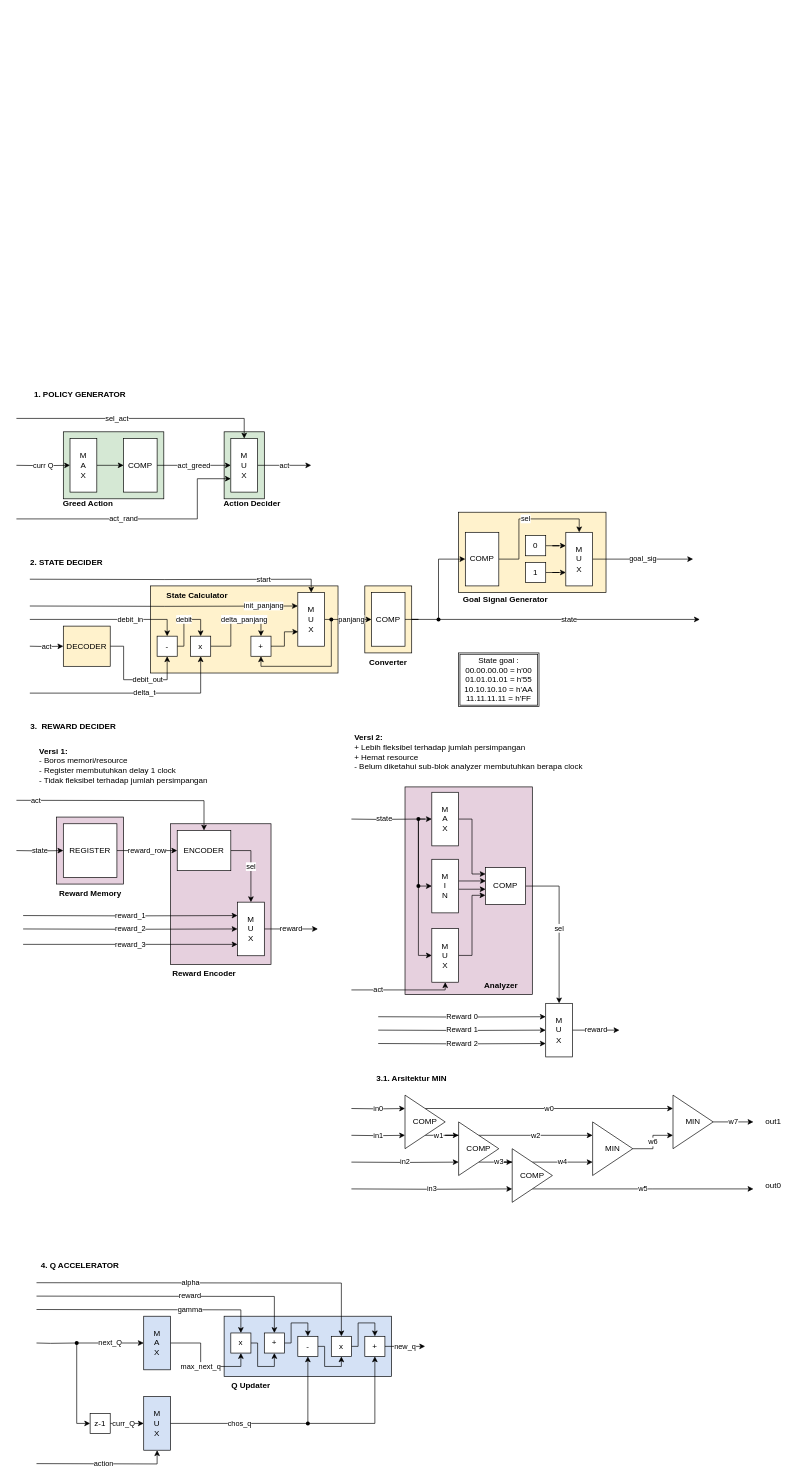
Above: page "Sub-System" (1 of 4) of intelight.drawio in zulfikarna/intelight (draw.io), before the change. Source tidied: cells renumbered, new cells numbered last; positions are measured from the earlier drawing's top-left corner, leaving out a move shared by most shapes. Both pictures are drawn from the tidied source at 67%, with x=0, y=0 at pixel (16, 385).
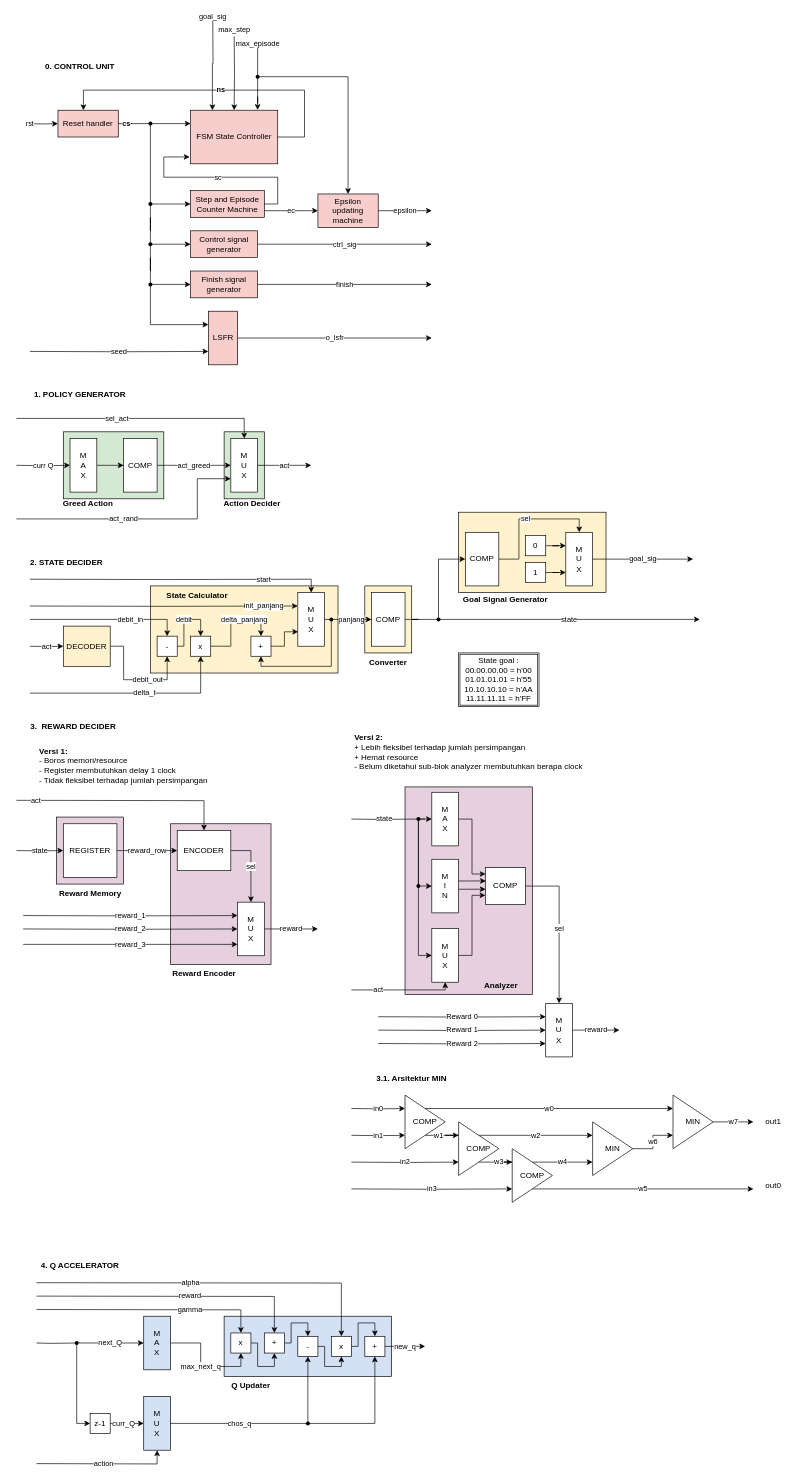
The same page after the edit.

Change to the diagram source:
```diff
@@
+    <mxCell id="148" value="0. CONTROL UNIT" style="text;html=1;strokeColor=none;fillColor=none;align=center;verticalAlign=middle;whiteSpace=wrap;rounded=0;fontStyle=1;" parent="1" vertex="1">
+      <mxGeometry x="20" y="-490" width="150" height="30" as="geometry" />
+    </mxCell>
+    <mxCell id="149" value="o_lsfr" style="edgeStyle=orthogonalEdgeStyle;rounded=0;jettySize=auto;html=1;" parent="1" edge="1" source="150">
+      <mxGeometry relative="1" as="geometry">
+        <mxPoint x="620" y="-70" as="targetPoint" />
+      </mxGeometry>
+    </mxCell>
+    <mxCell id="150" value="LSFR" style="rounded=0;whiteSpace=wrap;html=1;fillColor=#F8CECC;" parent="1" vertex="1">
+      <mxGeometry x="286.5" y="-110" width="43.5" height="80" as="geometry" />
+    </mxCell>
+    <mxCell id="151" value="FSM State Controller" style="rounded=0;whiteSpace=wrap;html=1;fillColor=#F8CECC;" parent="1" vertex="1">
+      <mxGeometry x="260" y="-410" width="130" height="80" as="geometry" />
+    </mxCell>
+    <mxCell id="152" value="ec" style="edgeStyle=orthogonalEdgeStyle;rounded=0;jettySize=auto;html=1;exitX=1;exitY=0.75;exitDx=0;exitDy=0;" parent="1" edge="1" source="154" target="156">
+      <mxGeometry relative="1" as="geometry" />
+    </mxCell>
+    <mxCell id="153" value="sc" style="edgeStyle=orthogonalEdgeStyle;rounded=0;jettySize=auto;html=1;entryX=-0.011;entryY=0.872;entryDx=0;entryDy=0;entryPerimeter=0;" parent="1" edge="1" source="154" target="151">
+      <mxGeometry relative="1" as="geometry">
+        <Array as="points">
+          <mxPoint x="390" y="-270" />
+          <mxPoint x="390" y="-310" />
+          <mxPoint x="220" y="-310" />
+          <mxPoint x="220" y="-340" />
+          <mxPoint x="259" y="-340" />
+        </Array>
+      </mxGeometry>
+    </mxCell>
+    <mxCell id="154" value="Step and Episode Counter Machine" style="rounded=0;whiteSpace=wrap;html=1;fillColor=#F8CECC;" parent="1" vertex="1">
+      <mxGeometry x="260" y="-290" width="110" height="40" as="geometry" />
+    </mxCell>
+    <mxCell id="155" value="epsilon" style="edgeStyle=orthogonalEdgeStyle;rounded=0;jettySize=auto;html=1;" parent="1" edge="1" source="156">
+      <mxGeometry relative="1" as="geometry">
+        <mxPoint x="620" y="-260" as="targetPoint" />
+      </mxGeometry>
+    </mxCell>
+    <mxCell id="156" value="Epsilon updating machine" style="rounded=0;whiteSpace=wrap;html=1;fillColor=#F8CECC;" parent="1" vertex="1">
+      <mxGeometry x="450" y="-285" width="90" height="50" as="geometry" />
+    </mxCell>
+    <mxCell id="157" value="ctrl_sig" style="edgeStyle=orthogonalEdgeStyle;rounded=0;jettySize=auto;html=1;" parent="1" edge="1" source="158">
+      <mxGeometry relative="1" as="geometry">
+        <mxPoint x="620" y="-210" as="targetPoint" />
+      </mxGeometry>
+    </mxCell>
+    <mxCell id="158" value="Control signal generator" style="rounded=0;whiteSpace=wrap;html=1;fillColor=#F8CECC;" parent="1" vertex="1">
+      <mxGeometry x="260" y="-230" width="100" height="40" as="geometry" />
+    </mxCell>
+    <mxCell id="159" value="finish" style="edgeStyle=orthogonalEdgeStyle;rounded=0;jettySize=auto;html=1;" parent="1" edge="1" source="160">
+      <mxGeometry relative="1" as="geometry">
+        <mxPoint x="620" y="-150" as="targetPoint" />
+      </mxGeometry>
+    </mxCell>
+    <mxCell id="160" value="Finish signal generator" style="rounded=0;whiteSpace=wrap;html=1;fillColor=#F8CECC;" parent="1" vertex="1">
+      <mxGeometry x="260" y="-170" width="100" height="40" as="geometry" />
+    </mxCell>
+    <mxCell id="161" value="Reset handler" style="rounded=0;whiteSpace=wrap;html=1;fillColor=#F8CECC;" parent="1" vertex="1">
+      <mxGeometry x="62" y="-410" width="90" height="40" as="geometry" />
+    </mxCell>
+    <mxCell id="162" value="seed" style="edgeStyle=orthogonalEdgeStyle;rounded=0;jettySize=auto;html=1;entryX=0;entryY=0.75;entryDx=0;entryDy=0;" parent="1" edge="1" target="150">
+      <mxGeometry relative="1" as="geometry">
+        <mxPoint x="20" y="-50" as="sourcePoint" />
+      </mxGeometry>
+    </mxCell>
+    <mxCell id="163" value="rst" style="edgeStyle=orthogonalEdgeStyle;rounded=0;jettySize=auto;html=1;entryX=0;entryY=0.5;entryDx=0;entryDy=0;" parent="1" edge="1" target="161">
+      <mxGeometry x="-1" relative="1" as="geometry">
+        <mxPoint x="20" y="-390" as="sourcePoint" />
+      </mxGeometry>
+    </mxCell>
+    <mxCell id="164" value="ns" style="edgeStyle=orthogonalEdgeStyle;rounded=0;jettySize=auto;html=1;exitX=1;exitY=0.5;exitDx=0;exitDy=0;fontStyle=1;" parent="1" edge="1" source="151">
+      <mxGeometry relative="1" as="geometry">
+        <mxPoint x="100" y="-410" as="targetPoint" />
+        <Array as="points">
+          <mxPoint x="430" y="-370" />
+          <mxPoint x="430" y="-440" />
+          <mxPoint x="100" y="-440" />
+        </Array>
+      </mxGeometry>
+    </mxCell>
+    <mxCell id="165" style="edgeStyle=orthogonalEdgeStyle;rounded=0;jettySize=auto;html=1;entryX=0;entryY=0.25;entryDx=0;entryDy=0;" parent="1" edge="1" source="166" target="151">
+      <mxGeometry relative="1" as="geometry" />
+    </mxCell>
+    <mxCell id="166" style="shape=waypoint;sketch=0;fillStyle=solid;size=6;points=[];fillColor=none;perimeter=centerPerimeter;snapToPoint=1;" parent="1" vertex="1">
+      <mxGeometry x="180" y="-410" width="40" height="40" as="geometry" />
+    </mxCell>
+    <mxCell id="167" value="cs" style="edgeStyle=orthogonalEdgeStyle;rounded=0;jettySize=auto;html=1;fontStyle=1;endArrow=none;" parent="1" edge="1" source="161" target="166">
+      <mxGeometry relative="1" as="geometry" />
+    </mxCell>
+    <mxCell id="168" style="edgeStyle=orthogonalEdgeStyle;rounded=0;jettySize=auto;html=1;entryX=0;entryY=0.5;entryDx=0;entryDy=0;" parent="1" edge="1" source="170" target="154">
+      <mxGeometry relative="1" as="geometry">
+        <Array as="points">
+          <mxPoint x="210" y="-270" />
+          <mxPoint x="210" y="-270" />
+        </Array>
+      </mxGeometry>
+    </mxCell>
+    <mxCell id="169" style="edgeStyle=orthogonalEdgeStyle;rounded=0;jettySize=auto;html=1;entryX=0;entryY=0.25;entryDx=0;entryDy=0;startArrow=none;" parent="1" edge="1" source="176" target="150">
+      <mxGeometry relative="1" as="geometry">
+        <Array as="points">
+          <mxPoint x="200" y="-90" />
+        </Array>
+      </mxGeometry>
+    </mxCell>
+    <mxCell id="170" style="shape=waypoint;sketch=0;fillStyle=solid;size=6;points=[];fillColor=none;perimeter=centerPerimeter;snapToPoint=1;" parent="1" vertex="1">
+      <mxGeometry x="180" y="-290" width="40" height="40" as="geometry" />
+    </mxCell>
+    <mxCell id="171" style="edgeStyle=orthogonalEdgeStyle;rounded=0;jettySize=auto;html=1;exitX=0.555;exitY=0.64;exitDx=0;exitDy=0;exitPerimeter=0;endArrow=none;" parent="1" edge="1" source="166" target="170">
+      <mxGeometry relative="1" as="geometry" />
+    </mxCell>
+    <mxCell id="172" style="edgeStyle=orthogonalEdgeStyle;rounded=0;jettySize=auto;html=1;entryX=0;entryY=0.5;entryDx=0;entryDy=0;" parent="1" edge="1" source="173" target="158">
+      <mxGeometry relative="1" as="geometry" />
+    </mxCell>
+    <mxCell id="173" style="shape=waypoint;sketch=0;fillStyle=solid;size=6;points=[];fillColor=none;perimeter=centerPerimeter;snapToPoint=1;" parent="1" vertex="1">
+      <mxGeometry x="180" y="-230" width="40" height="40" as="geometry" />
+    </mxCell>
+    <mxCell id="174" style="edgeStyle=orthogonalEdgeStyle;rounded=0;jettySize=auto;html=1;entryDx=0;entryDy=0;endArrow=none;entryX=0.502;entryY=1.103;entryPerimeter=0;" parent="1" edge="1" source="170" target="173">
+      <mxGeometry relative="1" as="geometry" />
+    </mxCell>
+    <mxCell id="175" style="edgeStyle=orthogonalEdgeStyle;rounded=0;jettySize=auto;html=1;entryX=0;entryY=0.5;entryDx=0;entryDy=0;" parent="1" edge="1" source="176" target="160">
+      <mxGeometry relative="1" as="geometry" />
+    </mxCell>
+    <mxCell id="176" style="shape=waypoint;sketch=0;fillStyle=solid;size=6;points=[];fillColor=none;perimeter=centerPerimeter;snapToPoint=1;" parent="1" vertex="1">
+      <mxGeometry x="180" y="-170" width="40" height="40" as="geometry" />
+    </mxCell>
+    <mxCell id="177" style="edgeStyle=orthogonalEdgeStyle;rounded=0;jettySize=auto;html=1;entryDx=0;entryDy=0;startArrow=none;endArrow=none;" parent="1" edge="1" source="173" target="176">
+      <mxGeometry relative="1" as="geometry" />
+    </mxCell>
+    <mxCell id="178" value="goal_sig" style="edgeStyle=orthogonalEdgeStyle;rounded=0;jettySize=auto;html=1;entryX=0.25;entryY=0;entryDx=0;entryDy=0;" parent="1" edge="1" target="151">
+      <mxGeometry x="-1" relative="1" as="geometry">
+        <mxPoint x="293" y="-550" as="sourcePoint" />
+      </mxGeometry>
+    </mxCell>
+    <mxCell id="179" value="max_step" style="edgeStyle=orthogonalEdgeStyle;rounded=0;jettySize=auto;html=1;entryX=0.5;entryY=0;entryDx=0;entryDy=0;" parent="1" edge="1" target="151">
+      <mxGeometry x="-1" y="-10" relative="1" as="geometry">
+        <mxPoint x="325" y="-520" as="sourcePoint" />
+        <mxPoint x="10" y="-10" as="offset" />
+      </mxGeometry>
+    </mxCell>
+    <mxCell id="180" style="edgeStyle=orthogonalEdgeStyle;rounded=0;jettySize=auto;html=1;entryX=0.769;entryY=-0.006;entryDx=0;entryDy=0;startArrow=none;entryPerimeter=0;" parent="1" edge="1" source="182" target="151">
+      <mxGeometry x="-1" y="76" relative="1" as="geometry">
+        <mxPoint x="-46" y="-70" as="offset" />
+      </mxGeometry>
+    </mxCell>
+    <mxCell id="181" style="edgeStyle=orthogonalEdgeStyle;rounded=0;jettySize=auto;html=1;entryX=0.5;entryY=0;entryDx=0;entryDy=0;" parent="1" edge="1" source="182" target="156">
+      <mxGeometry relative="1" as="geometry" />
+    </mxCell>
+    <mxCell id="182" style="shape=waypoint;sketch=0;fillStyle=solid;size=6;points=[];fillColor=none;perimeter=centerPerimeter;snapToPoint=1;" parent="1" vertex="1">
+      <mxGeometry x="340" y="-480" width="40" height="40" as="geometry" />
+    </mxCell>
+    <mxCell id="183" value="max_episode" style="edgeStyle=orthogonalEdgeStyle;rounded=0;jettySize=auto;html=1;entryDx=0;entryDy=0;endArrow=none;" parent="1" edge="1" target="182">
+      <mxGeometry x="-1" relative="1" as="geometry">
+        <mxPoint x="360" y="-510" as="sourcePoint" />
+        <Array as="points">
+          <mxPoint x="360" y="-470" />
+          <mxPoint x="360" y="-470" />
+        </Array>
+      </mxGeometry>
+    </mxCell>
```
